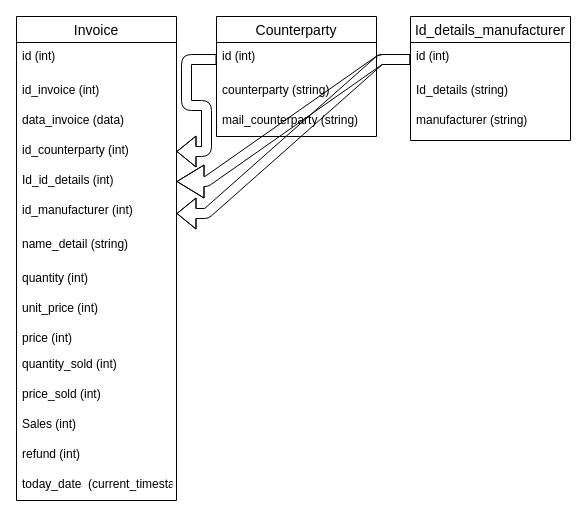
This is db.drawio from Ruslan-qu/accounting, a draw.io file, before an edit. Source tidied: cells renumbered, new cells numbered last; positions are measured from the earlier drawing's top-left corner, leaving out a move shared by most shapes. Both pictures are drawn from the tidied source at 100%, with x=0, y=0 at pixel (16, 16).
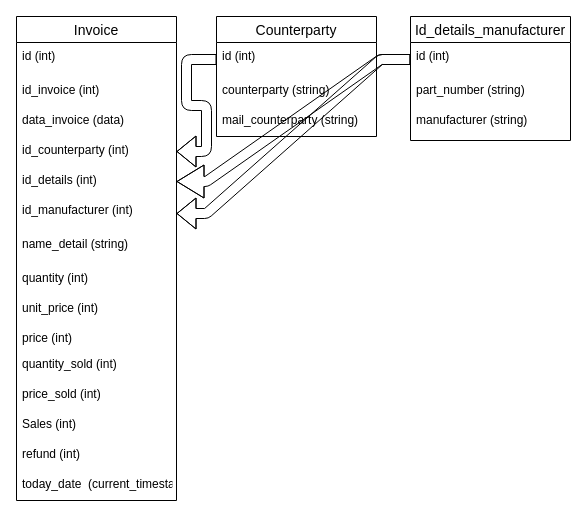
The same diagram, later.

The change refers to these unchanged cells:
```xml
<mxCell id="2" value="Invoice" style="swimlane;fontStyle=0;horizontal=1;startSize=26;align=center;fontSize=14;" parent="1" vertex="1">
  <mxGeometry width="160" height="484" as="geometry" />
</mxCell>
<mxCell id="22" value="Id_details_manufacturer" style="swimlane;fontStyle=0;horizontal=1;startSize=26;align=center;fontSize=14;" parent="1" vertex="1">
  <mxGeometry x="394" width="160" height="124" as="geometry" />
</mxCell>
```

Diff of the diagram source:
```diff
@@
-    <mxCell id="7" value="Id_id_details (int)" style="text;strokeColor=none;fillColor=none;spacingLeft=4;spacingRight=4;overflow=hidden;points=[[0,0.5],[1,0.5]];portConstraint=eastwest;fontSize=12;" parent="2" vertex="1">
+    <mxCell id="7" value="id_details (int)" style="text;strokeColor=none;fillColor=none;spacingLeft=4;spacingRight=4;overflow=hidden;points=[[0,0.5],[1,0.5]];portConstraint=eastwest;fontSize=12;" parent="2" vertex="1">
       <mxGeometry y="150" width="160" height="30" as="geometry" />
     </mxCell>
@@
-    <mxCell id="24" value="Id_details (string)" style="text;strokeColor=none;fillColor=none;spacingLeft=4;spacingRight=4;overflow=hidden;fontSize=12;" parent="22" vertex="1">
+    <mxCell id="24" value="part_number (string)" style="text;strokeColor=none;fillColor=none;spacingLeft=4;spacingRight=4;overflow=hidden;fontSize=12;" parent="22" vertex="1">
       <mxGeometry y="60" width="160" height="30" as="geometry" />
     </mxCell>
```
